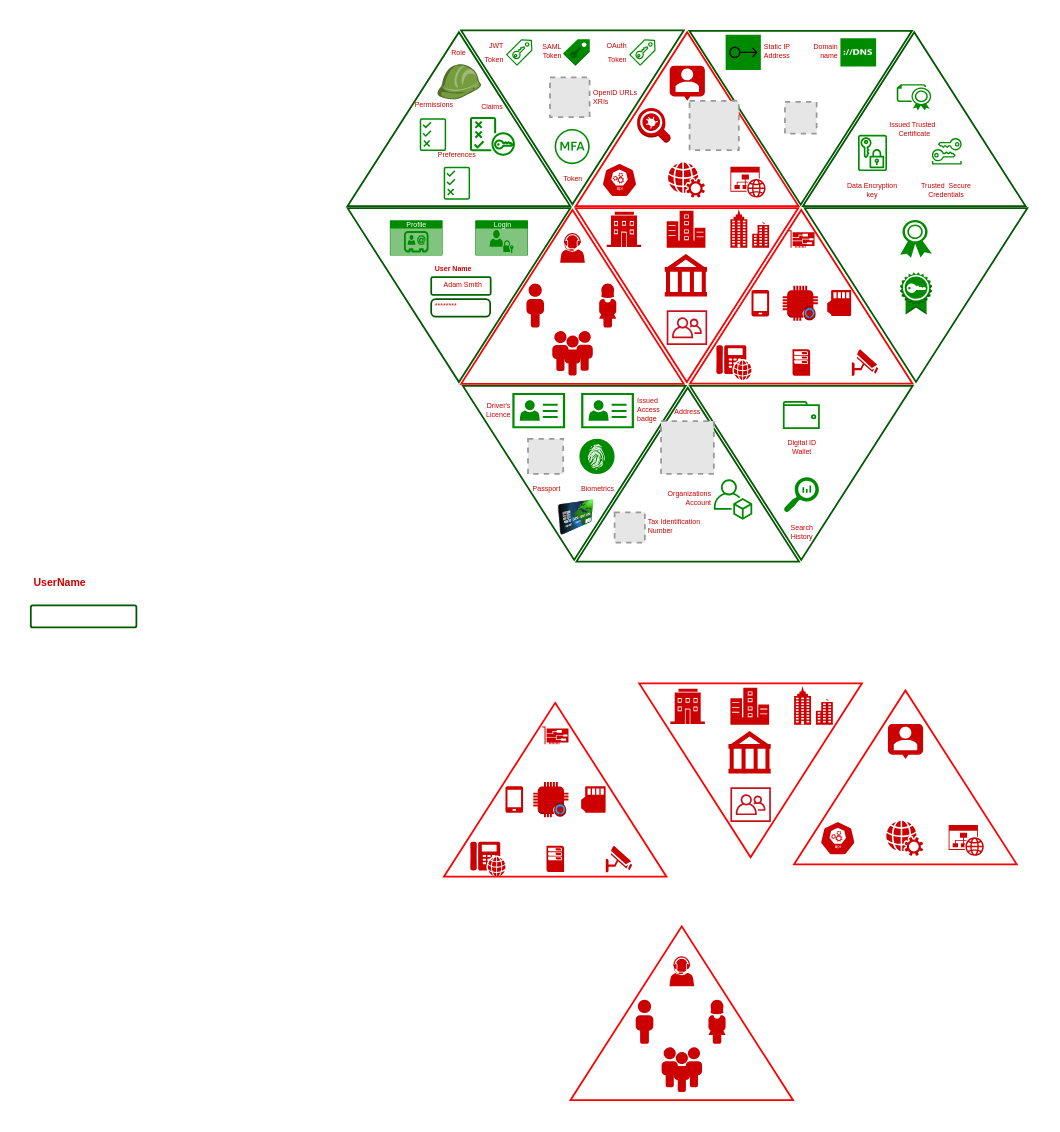
The draw.io diagram page "Page-1" (1 of 2) of Identity.drawio in gaurjain/drawio, before the edit. Source tidied: cells renumbered, new cells numbered last; positions are measured from the earlier drawing's top-left corner, leaving out a move shared by most shapes. Both pictures are drawn from the tidied source at 176%, with x=0, y=0 at pixel (30, 30). Pictures stored in the file or linked from it are replaced by grey dashed boxes.
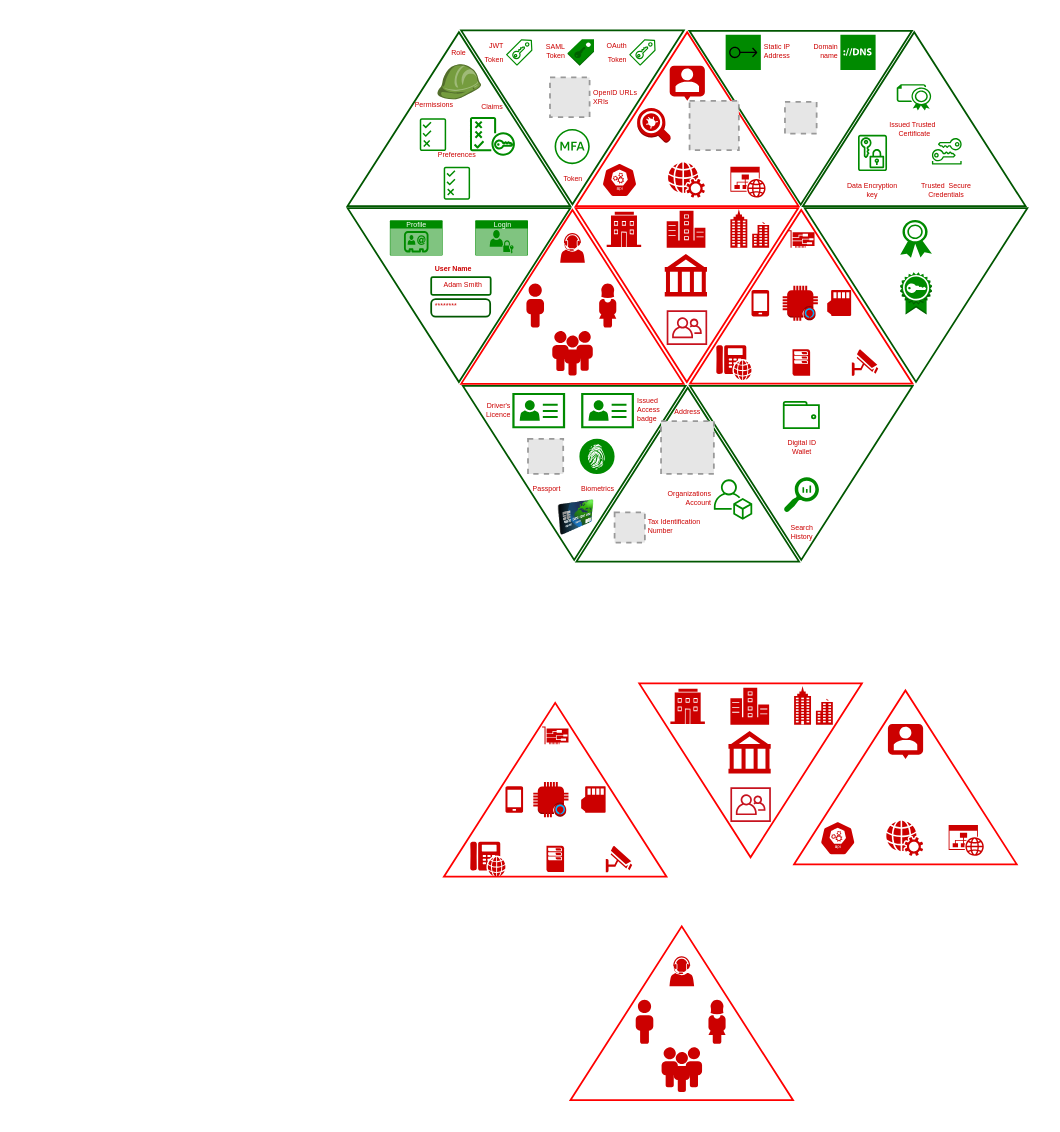
The same page after the edit.

Unchanged cells that the change refers to:
```xml
<mxCell id="43" style="group;" parent="31" vertex="1">
  <mxGeometry x="65.5" width="320.8" height="198.8" as="geometry" />
</mxCell>
<mxCell id="45" style="group;" parent="43" vertex="1">
  <mxGeometry x="64.2" width="190.1" height="98.8" as="geometry" />
</mxCell>
```

Change to the diagram source:
```diff
@@
-    <mxCell id="44" style="triangle;whiteSpace=wrap;html=1;shadow=0;strokeColor=#005700;fillColor=none;direction=south;fontColor=#ffffff;" parent="43" vertex="1">
-      <mxGeometry x="-1" y="-1" width="126.5" height="98.8" as="geometry" />
-    </mxCell>
@@
     <mxCell id="52" value="Domain &lt;br&gt;name" style="shadow=0;dashed=0;html=1;strokeColor=none;fillColor=#008a00;labelPosition=left;verticalLabelPosition=middle;verticalAlign=middle;align=right;shape=mxgraph.veeam.dns;fontColor=#CC0000;labelBackgroundColor=none;fontSize=4;" parent="45" vertex="1">
-      <mxGeometry x="150.3" y="3.5" width="20.3" height="16" as="geometry" />
+      <mxGeometry x="150.3" y="1.5" width="20" height="20" as="geometry" />
     </mxCell>
@@
+    <mxCell id="44" style="triangle;whiteSpace=wrap;html=1;shadow=0;strokeColor=#005700;fillColor=none;direction=south;fontColor=#ffffff;" parent="43" vertex="1">
+      <mxGeometry x="-1" y="-1" width="126.5" height="98.8" as="geometry" />
+    </mxCell>
@@
     <mxCell id="84" value="SAML&lt;br&gt;Token" style="dashed=0;verticalLabelPosition=middle;verticalAlign=middle;align=right;html=1;shape=mxgraph.aws3.saml_token;fillColor=#008a00;shadow=0;labelBackgroundColor=none;strokeColor=none;strokeWidth=1;fontSize=4;fontColor=#CC0000;labelPosition=left;" parent="43" vertex="1">
-      <mxGeometry x="57.1" y="4" width="15" height="15" as="geometry" />
+      <mxGeometry x="59.5" y="4" width="15" height="15" as="geometry" />
     </mxCell>
@@
-    <mxCell id="105" value="&lt;font style=&quot;font-size: 6px&quot; color=&quot;#cc0000&quot;&gt;UserName&lt;/font&gt;" style="fillColor=none;strokeColor=none;html=1;fontSize=11;fontStyle=0;align=left;fontColor=#596780;fontStyle=1;fontSize=11;labelBackgroundColor=none;" parent="1" vertex="1">
-      <mxGeometry y="301.5" width="40" height="20" as="geometry" />
-    </mxCell>
-    <mxCell id="106" style="rounded=1;arcSize=9;align=left;spacingLeft=5;strokeColor=#005700;html=1;strokeWidth=1;fontSize=12;labelBackgroundColor=none;fillColor=none;fontColor=#ffffff;" parent="1" vertex="1">
-      <mxGeometry y="326.5" width="60" height="12.5" as="geometry" />
-    </mxCell>
```
